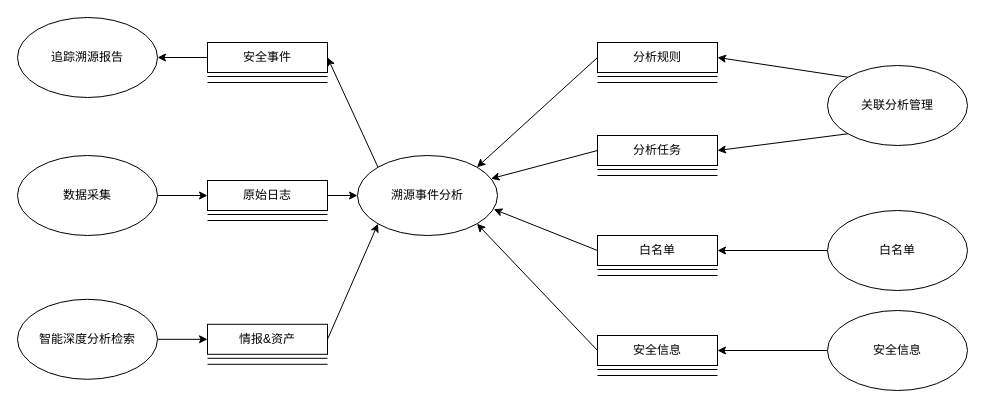
popvlovs/popvlovs-repository keeps this draw.io diagram as 溯源事件分析-数据流图.drawio. Above is the earlier version. Source tidied: cells renumbered, new cells numbered last; positions are measured from the earlier drawing's top-left corner, leaving out a move shared by most shapes. Both pictures are drawn from the tidied source at 100%, with x=0, y=0 at pixel (17, 17).
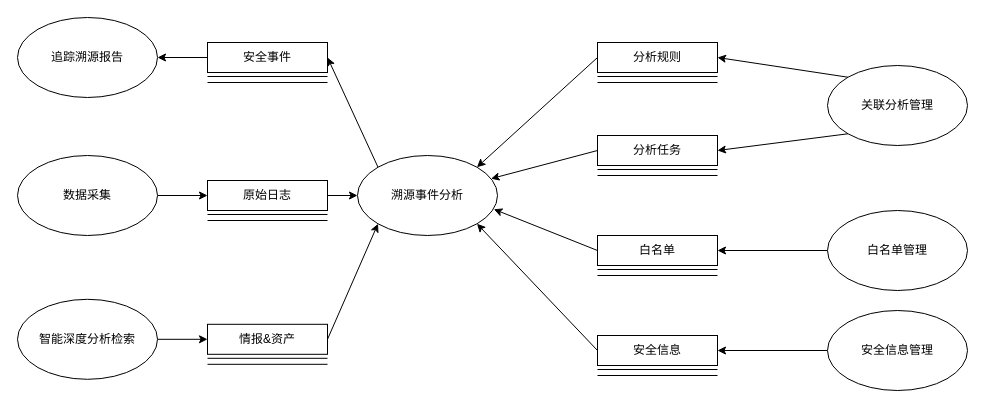
Above is the later version.

Commit message (it also covers changes not shown here):
Update 溯源事件分析-数据流图.drawio

Change to the diagram source:
```diff
@@
-    <mxCell id="36" value="白名单" style="ellipse;whiteSpace=wrap;html=1;" parent="1" vertex="1">
+    <mxCell id="36" value="白名单管理" style="ellipse;whiteSpace=wrap;html=1;" parent="1" vertex="1">
       <mxGeometry x="810" y="193" width="140" height="80" as="geometry" />
     </mxCell>
-    <mxCell id="37" value="安全信息" style="ellipse;whiteSpace=wrap;html=1;" parent="1" vertex="1">
+    <mxCell id="37" value="安全信息管理" style="ellipse;whiteSpace=wrap;html=1;" parent="1" vertex="1">
       <mxGeometry x="810" y="293" width="140" height="80" as="geometry" />
     </mxCell>
```
